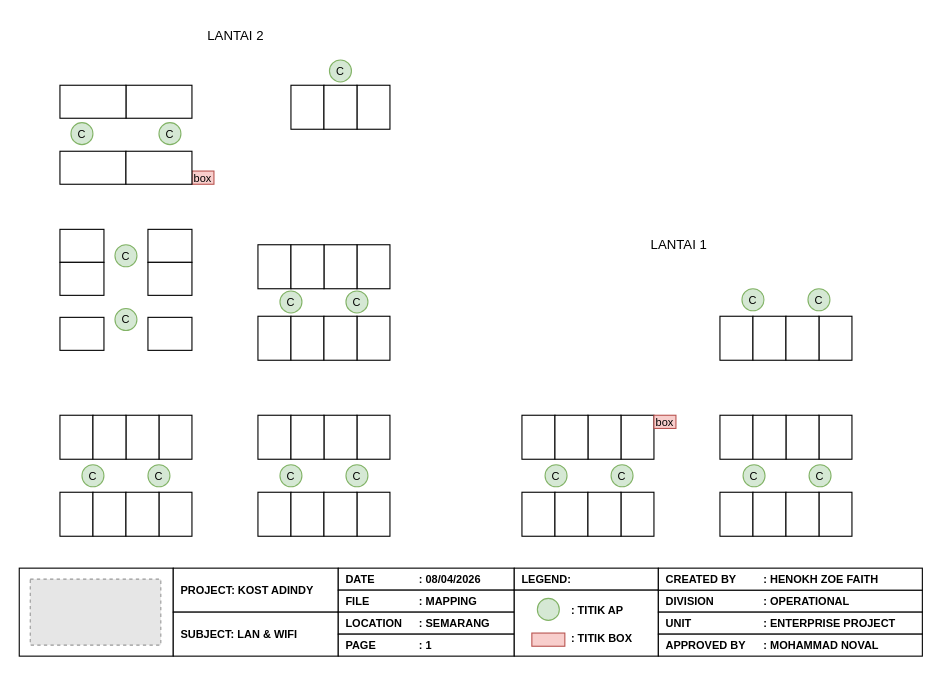
The draw.io diagram page "Denah" (1 of 2) of Topologi dan Mapping Kost Adindy.drawio in hnkzf/topologi-site, before the edit. Source tidied: cells renumbered, new cells numbered last; positions are measured from the earlier drawing's top-left corner, leaving out a move shared by most shapes. Both pictures are drawn from the tidied source at 110%, with x=0, y=0 at pixel (19, 19). Pictures stored in the file or linked from it are replaced by grey dashed boxes.
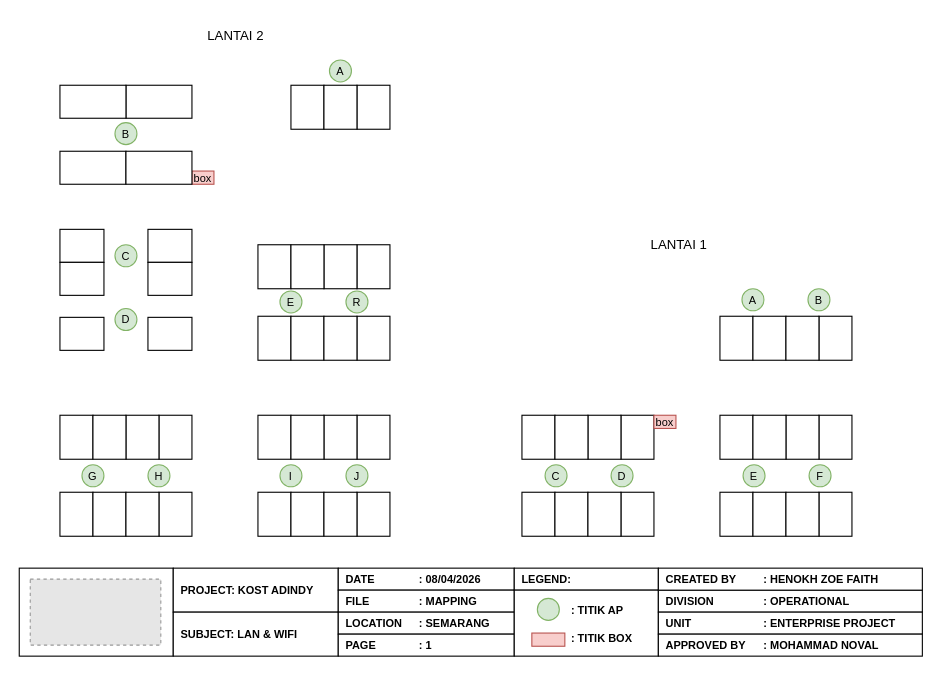
The same diagram, later.

The edit, as a diff of the source:
```diff
@@
-    <mxCell id="81" value="C" style="ellipse;whiteSpace=wrap;html=1;fillColor=#d5e8d4;strokeColor=#82b366;fontSize=10;" parent="1" vertex="1">
+    <mxCell id="81" value="D" style="ellipse;whiteSpace=wrap;html=1;fillColor=#d5e8d4;strokeColor=#82b366;fontSize=10;" parent="1" vertex="1">
       <mxGeometry x="538" y="405" width="20" height="20" as="geometry" />
     </mxCell>
-    <mxCell id="82" value="C" style="ellipse;whiteSpace=wrap;html=1;fillColor=#d5e8d4;strokeColor=#82b366;fontSize=10;" parent="1" vertex="1">
+    <mxCell id="82" value="E" style="ellipse;whiteSpace=wrap;html=1;fillColor=#d5e8d4;strokeColor=#82b366;fontSize=10;" parent="1" vertex="1">
       <mxGeometry x="658" y="405" width="20" height="20" as="geometry" />
     </mxCell>
-    <mxCell id="83" value="C" style="ellipse;whiteSpace=wrap;html=1;fillColor=#d5e8d4;strokeColor=#82b366;fontSize=10;" parent="1" vertex="1">
+    <mxCell id="83" value="F" style="ellipse;whiteSpace=wrap;html=1;fillColor=#d5e8d4;strokeColor=#82b366;fontSize=10;" parent="1" vertex="1">
       <mxGeometry x="718" y="405" width="20" height="20" as="geometry" />
     </mxCell>
-    <mxCell id="84" value="C" style="ellipse;whiteSpace=wrap;html=1;fillColor=#d5e8d4;strokeColor=#82b366;fontSize=10;" parent="1" vertex="1">
+    <mxCell id="84" value="A" style="ellipse;whiteSpace=wrap;html=1;fillColor=#d5e8d4;strokeColor=#82b366;fontSize=10;" parent="1" vertex="1">
       <mxGeometry x="657" y="245" width="20" height="20" as="geometry" />
     </mxCell>
-    <mxCell id="85" value="C" style="ellipse;whiteSpace=wrap;html=1;fillColor=#d5e8d4;strokeColor=#82b366;fontSize=10;" parent="1" vertex="1">
+    <mxCell id="85" value="B" style="ellipse;whiteSpace=wrap;html=1;fillColor=#d5e8d4;strokeColor=#82b366;fontSize=10;" parent="1" vertex="1">
       <mxGeometry x="717" y="245" width="20" height="20" as="geometry" />
     </mxCell>
-    <mxCell id="86" value="C" style="ellipse;whiteSpace=wrap;html=1;fillColor=#d5e8d4;strokeColor=#82b366;fontSize=10;" parent="1" vertex="1">
+    <mxCell id="86" value="G" style="ellipse;whiteSpace=wrap;html=1;fillColor=#d5e8d4;strokeColor=#82b366;fontSize=10;" parent="1" vertex="1">
       <mxGeometry x="57" y="405" width="20" height="20" as="geometry" />
     </mxCell>
-    <mxCell id="87" value="C" style="ellipse;whiteSpace=wrap;html=1;fillColor=#d5e8d4;strokeColor=#82b366;fontSize=10;" parent="1" vertex="1">
+    <mxCell id="87" value="H" style="ellipse;whiteSpace=wrap;html=1;fillColor=#d5e8d4;strokeColor=#82b366;fontSize=10;" parent="1" vertex="1">
       <mxGeometry x="117" y="405" width="20" height="20" as="geometry" />
     </mxCell>
-    <mxCell id="88" value="C" style="ellipse;whiteSpace=wrap;html=1;fillColor=#d5e8d4;strokeColor=#82b366;fontSize=10;" parent="1" vertex="1">
+    <mxCell id="88" value="I" style="ellipse;whiteSpace=wrap;html=1;fillColor=#d5e8d4;strokeColor=#82b366;fontSize=10;" parent="1" vertex="1">
       <mxGeometry x="237" y="405" width="20" height="20" as="geometry" />
     </mxCell>
-    <mxCell id="89" value="C" style="ellipse;whiteSpace=wrap;html=1;fillColor=#d5e8d4;strokeColor=#82b366;fontSize=10;" parent="1" vertex="1">
+    <mxCell id="89" value="J" style="ellipse;whiteSpace=wrap;html=1;fillColor=#d5e8d4;strokeColor=#82b366;fontSize=10;" parent="1" vertex="1">
       <mxGeometry x="297" y="405" width="20" height="20" as="geometry" />
     </mxCell>
-    <mxCell id="90" value="C" style="ellipse;whiteSpace=wrap;html=1;fillColor=#d5e8d4;strokeColor=#82b366;fontSize=10;" parent="1" vertex="1">
+    <mxCell id="90" value="E" style="ellipse;whiteSpace=wrap;html=1;fillColor=#d5e8d4;strokeColor=#82b366;fontSize=10;" parent="1" vertex="1">
       <mxGeometry x="237" y="247" width="20" height="20" as="geometry" />
     </mxCell>
-    <mxCell id="91" value="C" style="ellipse;whiteSpace=wrap;html=1;fillColor=#d5e8d4;strokeColor=#82b366;fontSize=10;" parent="1" vertex="1">
+    <mxCell id="91" value="R" style="ellipse;whiteSpace=wrap;html=1;fillColor=#d5e8d4;strokeColor=#82b366;fontSize=10;" parent="1" vertex="1">
       <mxGeometry x="297" y="247" width="20" height="20" as="geometry" />
     </mxCell>
@@
-    <mxCell id="93" value="C" style="ellipse;whiteSpace=wrap;html=1;fillColor=#d5e8d4;strokeColor=#82b366;fontSize=10;" parent="1" vertex="1">
-      <mxGeometry x="47" y="94" width="20" height="20" as="geometry" />
+    <mxCell id="93" value="B" style="ellipse;whiteSpace=wrap;html=1;fillColor=#d5e8d4;strokeColor=#82b366;fontSize=10;" parent="1" vertex="1">
+      <mxGeometry x="87" y="94" width="20" height="20" as="geometry" />
     </mxCell>
-    <mxCell id="94" value="C" style="ellipse;whiteSpace=wrap;html=1;fillColor=#d5e8d4;strokeColor=#82b366;fontSize=10;" parent="1" vertex="1">
+    <mxCell id="94" value="A" style="ellipse;whiteSpace=wrap;html=1;fillColor=#d5e8d4;strokeColor=#82b366;fontSize=10;" parent="1" vertex="1">
       <mxGeometry x="282" y="37" width="20" height="20" as="geometry" />
     </mxCell>
@@
-    <mxCell id="96" value="C" style="ellipse;whiteSpace=wrap;html=1;fillColor=#d5e8d4;strokeColor=#82b366;fontSize=10;" parent="1" vertex="1">
-      <mxGeometry x="127" y="94" width="20" height="20" as="geometry" />
-    </mxCell>
-    <mxCell id="97" value="C" style="ellipse;whiteSpace=wrap;html=1;fillColor=#d5e8d4;strokeColor=#82b366;fontSize=10;" parent="1" vertex="1">
+    <mxCell id="97" value="D" style="ellipse;whiteSpace=wrap;html=1;fillColor=#d5e8d4;strokeColor=#82b366;fontSize=10;" parent="1" vertex="1">
       <mxGeometry x="87" y="263" width="20" height="20" as="geometry" />
     </mxCell>
```
